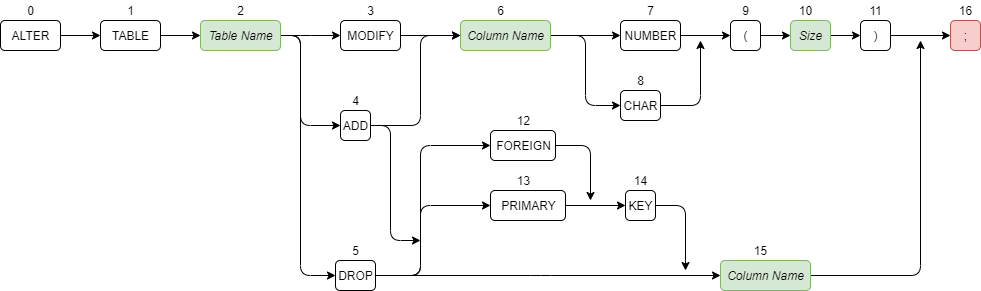
The draw.io diagram src/files/assets/helpscreen/AlterTableDiagram.png in DeliciousWaffle/MastersProject, before a commit. Source tidied: cells renumbered, new cells last; positions are measured from the earlier drawing's top-left corner, leaving out a move shared by most shapes.
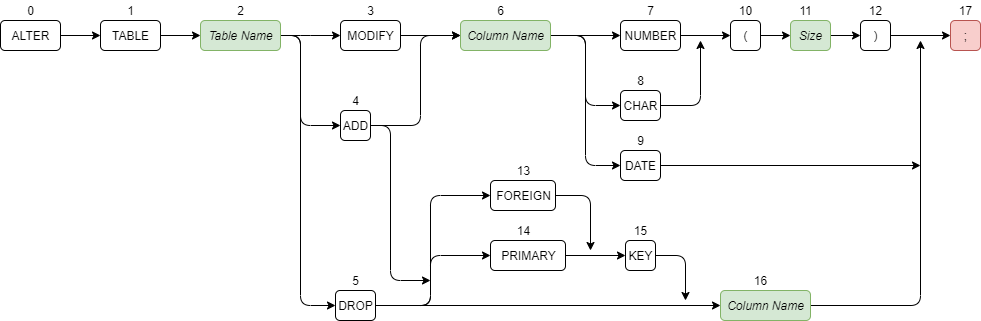
The same diagram one commit later.

The edit, as a diff of the source:
```diff
@@ -14,7 +14,7 @@
     <mxCell id="5" value=";" style="html=1;fillColor=#f8cecc;strokeColor=#b85450;rounded=1;" parent="1" vertex="1">
       <mxGeometry x="950" y="20" width="30" height="30" as="geometry" />
     </mxCell>
-    <mxCell id="6" value="16" style="text;html=1;align=center;verticalAlign=middle;rounded=1;" parent="1" vertex="1">
+    <mxCell id="6" value="17" style="text;html=1;align=center;verticalAlign=middle;rounded=1;" parent="1" vertex="1">
       <mxGeometry x="950" width="30" height="20" as="geometry" />
     </mxCell>
     <mxCell id="7" style="edgeStyle=orthogonalEdgeStyle;jettySize=auto;html=1;exitX=1;exitY=0.5;exitDx=0;exitDy=0;entryX=0;entryY=0.5;entryDx=0;entryDy=0;" parent="1" edge="1" source="9" target="41">
@@ -28,6 +28,9 @@
     <mxCell id="8" style="edgeStyle=orthogonalEdgeStyle;jettySize=auto;html=1;exitX=1;exitY=0.5;exitDx=0;exitDy=0;entryX=0;entryY=0.5;entryDx=0;entryDy=0;" parent="1" edge="1" source="9" target="38">
       <mxGeometry relative="1" as="geometry" />
     </mxCell>
+    <mxCell id="58" style="edgeStyle=orthogonalEdgeStyle;rounded=1;jettySize=auto;html=1;exitX=1;exitY=0.5;exitDx=0;exitDy=0;entryX=0;entryY=0.5;entryDx=0;entryDy=0;" parent="1" edge="1" source="9" target="60">
+      <mxGeometry relative="1" as="geometry" />
+    </mxCell>
     <mxCell id="9" value="&lt;i&gt;Column Name&lt;/i&gt;" style="html=1;fillColor=#d5e8d4;strokeColor=#82b366;rounded=1;" parent="1" vertex="1">
       <mxGeometry x="460" y="20" width="90" height="30" as="geometry" />
     </mxCell>
@@ -60,7 +63,7 @@
       <mxGeometry relative="1" as="geometry">
         <Array as="points">
           <mxPoint x="300" y="35" />
-          <mxPoint x="300" y="275" />
+          <mxPoint x="300" y="305" />
         </Array>
       </mxGeometry>
     </mxCell>
@@ -80,10 +83,10 @@
     </mxCell>
     <mxCell id="19" style="edgeStyle=orthogonalEdgeStyle;rounded=1;jettySize=auto;html=1;exitX=1;exitY=0.5;exitDx=0;exitDy=0;" parent="1" edge="1" source="20">
       <mxGeometry relative="1" as="geometry">
-        <mxPoint x="420" y="240" as="targetPoint" />
+        <mxPoint x="430" y="280" as="targetPoint" />
         <Array as="points">
           <mxPoint x="390" y="125" />
-          <mxPoint x="390" y="240" />
+          <mxPoint x="390" y="280" />
         </Array>
       </mxGeometry>
     </mxCell>
@@ -100,60 +103,55 @@
       <mxGeometry x="340" y="20" width="60" height="30" as="geometry" />
     </mxCell>
     <mxCell id="24" value="5" style="text;html=1;align=center;verticalAlign=middle;rounded=1;" parent="1" vertex="1">
-      <mxGeometry x="345" y="240" width="20" height="20" as="geometry" />
+      <mxGeometry x="345" y="270" width="20" height="20" as="geometry" />
     </mxCell>
     <mxCell id="25" style="edgeStyle=orthogonalEdgeStyle;jettySize=auto;html=1;exitX=1;exitY=0.5;exitDx=0;exitDy=0;entryX=0;entryY=0.5;entryDx=0;entryDy=0;" parent="1" edge="1" source="28" target="33">
       <mxGeometry relative="1" as="geometry">
         <Array as="points">
-          <mxPoint x="420" y="275" />
-          <mxPoint x="420" y="205" />
+          <mxPoint x="430" y="305" />
+          <mxPoint x="430" y="255" />
         </Array>
       </mxGeometry>
     </mxCell>
+    <mxCell id="27" style="edgeStyle=orthogonalEdgeStyle;jettySize=auto;html=1;exitX=1;exitY=0.5;exitDx=0;exitDy=0;entryX=0;entryY=0.5;entryDx=0;entryDy=0;" parent="1" edge="1" source="28" target="31">
+      <mxGeometry relative="1" as="geometry">
+        <Array as="points">
+          <mxPoint x="430" y="305" />
+          <mxPoint x="430" y="195" />
+        </Array>
+      </mxGeometry>
+    </mxCell>
-    <mxCell id="26" style="edgeStyle=orthogonalEdgeStyle;jettySize=auto;html=1;exitX=1;exitY=0.5;exitDx=0;exitDy=0;entryX=0;entryY=0.5;entryDx=0;entryDy=0;" parent="1" edge="1" source="28" target="53">
-      <mxGeometry relative="1" as="geometry">
-        <Array as="points">
-          <mxPoint x="540" y="275" />
-          <mxPoint x="540" y="275" />
-        </Array>
-      </mxGeometry>
+    <mxCell id="26" style="edgeStyle=orthogonalEdgeStyle;rounded=0;jettySize=auto;html=1;exitX=1;exitY=0.5;exitDx=0;exitDy=0;entryX=0;entryY=0.5;entryDx=0;entryDy=0;" parent="1" edge="1" source="28" target="53">
+      <mxGeometry relative="1" as="geometry" />
     </mxCell>
-    <mxCell id="27" style="edgeStyle=orthogonalEdgeStyle;jettySize=auto;html=1;exitX=1;exitY=0.5;exitDx=0;exitDy=0;entryX=0;entryY=0.5;entryDx=0;entryDy=0;" parent="1" edge="1" source="28" target="31">
-      <mxGeometry relative="1" as="geometry">
-        <Array as="points">
-          <mxPoint x="420" y="275" />
-          <mxPoint x="420" y="145" />
-        </Array>
-      </mxGeometry>
-    </mxCell>
     <mxCell id="28" value="DROP" style="html=1;rounded=1;" parent="1" vertex="1">
-      <mxGeometry x="335" y="260" width="40" height="30" as="geometry" />
+      <mxGeometry x="335" y="290" width="40" height="30" as="geometry" />
     </mxCell>
     <mxCell id="29" value="3" style="text;html=1;align=center;verticalAlign=middle;rounded=1;" parent="1" vertex="1">
       <mxGeometry x="360" width="20" height="20" as="geometry" />
     </mxCell>
     <mxCell id="30" style="edgeStyle=orthogonalEdgeStyle;jettySize=auto;html=1;exitX=1;exitY=0.5;exitDx=0;exitDy=0;" parent="1" edge="1" source="31">
       <mxGeometry relative="1" as="geometry">
-        <mxPoint x="590" y="200" as="targetPoint" />
+        <mxPoint x="590" y="250" as="targetPoint" />
       </mxGeometry>
     </mxCell>
     <mxCell id="31" value="FOREIGN" style="html=1;rounded=1;" parent="1" vertex="1">
-      <mxGeometry x="490" y="130" width="65" height="30" as="geometry" />
+      <mxGeometry x="490" y="180" width="65" height="30" as="geometry" />
     </mxCell>
     <mxCell id="32" style="edgeStyle=orthogonalEdgeStyle;jettySize=auto;html=1;exitX=1;exitY=0.5;exitDx=0;exitDy=0;entryX=0;entryY=0.5;entryDx=0;entryDy=0;" parent="1" edge="1" source="33" target="35">
       <mxGeometry relative="1" as="geometry" />
     </mxCell>
     <mxCell id="33" value="PRIMARY" style="html=1;rounded=1;" parent="1" vertex="1">
-      <mxGeometry x="490" y="190" width="75" height="30" as="geometry" />
+      <mxGeometry x="490" y="240" width="75" height="30" as="geometry" />
     </mxCell>
-    <mxCell id="34" value="13" style="text;html=1;align=center;verticalAlign=middle;rounded=1;" parent="1" vertex="1">
-      <mxGeometry x="507.5" y="170" width="30" height="20" as="geometry" />
+    <mxCell id="34" value="14" style="text;html=1;align=center;verticalAlign=middle;rounded=1;" parent="1" vertex="1">
+      <mxGeometry x="507.5" y="220" width="30" height="20" as="geometry" />
     </mxCell>
     <mxCell id="35" value="KEY" style="html=1;rounded=1;" parent="1" vertex="1">
-      <mxGeometry x="625" y="190" width="30" height="30" as="geometry" />
+      <mxGeometry x="625" y="240" width="30" height="30" as="geometry" />
     </mxCell>
-    <mxCell id="36" value="14" style="text;html=1;align=center;verticalAlign=middle;rounded=1;" parent="1" vertex="1">
-      <mxGeometry x="625" y="170" width="30" height="20" as="geometry" />
+    <mxCell id="36" value="15" style="text;html=1;align=center;verticalAlign=middle;rounded=1;" parent="1" vertex="1">
+      <mxGeometry x="625" y="220" width="30" height="20" as="geometry" />
     </mxCell>
     <mxCell id="37" style="edgeStyle=orthogonalEdgeStyle;jettySize=auto;html=1;exitX=1;exitY=0.5;exitDx=0;exitDy=0;entryX=0;entryY=0.5;entryDx=0;entryDy=0;" parent="1" edge="1" source="38" target="44">
       <mxGeometry relative="1" as="geometry" />
@@ -181,8 +179,8 @@
     <mxCell id="44" value="(" style="html=1;rounded=1;" parent="1" vertex="1">
       <mxGeometry x="730" y="20" width="30" height="30" as="geometry" />
     </mxCell>
-    <mxCell id="45" value="9" style="text;html=1;align=center;verticalAlign=middle;rounded=1;" parent="1" vertex="1">
-      <mxGeometry x="735" width="20" height="20" as="geometry" />
+    <mxCell id="45" value="10" style="text;html=1;align=center;verticalAlign=middle;rounded=1;" parent="1" vertex="1">
+      <mxGeometry x="730" width="30" height="20" as="geometry" />
     </mxCell>
     <mxCell id="46" style="edgeStyle=orthogonalEdgeStyle;jettySize=auto;html=1;exitX=1;exitY=0.5;exitDx=0;exitDy=0;entryX=0;entryY=0.5;entryDx=0;entryDy=0;" parent="1" edge="1" source="47" target="5">
       <mxGeometry relative="1" as="geometry" />
@@ -190,7 +188,7 @@
     <mxCell id="47" value=")" style="html=1;rounded=1;" parent="1" vertex="1">
       <mxGeometry x="860" y="20" width="30" height="30" as="geometry" />
     </mxCell>
-    <mxCell id="48" value="11" style="text;html=1;align=center;verticalAlign=middle;rounded=1;" parent="1" vertex="1">
+    <mxCell id="48" value="12" style="text;html=1;align=center;verticalAlign=middle;rounded=1;" parent="1" vertex="1">
       <mxGeometry x="860" width="30" height="20" as="geometry" />
     </mxCell>
     <mxCell id="49" style="edgeStyle=orthogonalEdgeStyle;jettySize=auto;html=1;exitX=1;exitY=0.5;exitDx=0;exitDy=0;entryX=0;entryY=0.5;entryDx=0;entryDy=0;" parent="1" edge="1" source="50" target="47">
@@ -199,33 +197,44 @@
     <mxCell id="50" value="&lt;i&gt;Size&lt;/i&gt;" style="html=1;fillColor=#d5e8d4;strokeColor=#82b366;rounded=1;" parent="1" vertex="1">
       <mxGeometry x="790" y="20" width="40" height="30" as="geometry" />
     </mxCell>
-    <mxCell id="51" value="10" style="text;html=1;align=center;verticalAlign=middle;rounded=1;" parent="1" vertex="1">
+    <mxCell id="51" value="11" style="text;html=1;align=center;verticalAlign=middle;rounded=1;" parent="1" vertex="1">
       <mxGeometry x="790" width="30" height="20" as="geometry" />
     </mxCell>
     <mxCell id="52" style="edgeStyle=orthogonalEdgeStyle;jettySize=auto;html=1;exitX=1;exitY=0.5;exitDx=0;exitDy=0;" parent="1" edge="1" source="53">
       <mxGeometry relative="1" as="geometry">
         <mxPoint x="920" y="40" as="targetPoint" />
         <Array as="points">
-          <mxPoint x="920" y="275" />
+          <mxPoint x="920" y="305" />
         </Array>
       </mxGeometry>
     </mxCell>
     <mxCell id="53" value="&lt;i&gt;Column Name&lt;/i&gt;" style="html=1;fillColor=#d5e8d4;strokeColor=#82b366;rounded=1;" parent="1" vertex="1">
-      <mxGeometry x="720" y="260" width="90" height="30" as="geometry" />
+      <mxGeometry x="720" y="290" width="90" height="30" as="geometry" />
     </mxCell>
-    <mxCell id="54" value="12" style="text;html=1;align=center;verticalAlign=middle;rounded=1;" parent="1" vertex="1">
-      <mxGeometry x="507.5" y="110" width="30" height="20" as="geometry" />
+    <mxCell id="54" value="13" style="text;html=1;align=center;verticalAlign=middle;rounded=1;" parent="1" vertex="1">
+      <mxGeometry x="507.5" y="160" width="30" height="20" as="geometry" />
     </mxCell>
     <mxCell id="55" style="edgeStyle=orthogonalEdgeStyle;jettySize=auto;html=1;exitX=1;exitY=0.5;exitDx=0;exitDy=0;" parent="1" edge="1" source="35">
       <mxGeometry relative="1" as="geometry">
-        <mxPoint x="685" y="270" as="targetPoint" />
+        <mxPoint x="685" y="300" as="targetPoint" />
       </mxGeometry>
     </mxCell>
     <mxCell id="56" value="1" style="text;html=1;align=center;verticalAlign=middle;rounded=1;" parent="1" vertex="1">
       <mxGeometry x="120" width="20" height="20" as="geometry" />
     </mxCell>
-    <mxCell id="57" value="15" style="text;html=1;align=center;verticalAlign=middle;rounded=1;" parent="1" vertex="1">
-      <mxGeometry x="745" y="240" width="30" height="20" as="geometry" />
+    <mxCell id="57" value="16" style="text;html=1;align=center;verticalAlign=middle;rounded=1;" parent="1" vertex="1">
+      <mxGeometry x="745" y="270" width="30" height="20" as="geometry" />
     </mxCell>
+    <mxCell id="59" style="edgeStyle=orthogonalEdgeStyle;rounded=1;jettySize=auto;html=1;exitX=1;exitY=0.5;exitDx=0;exitDy=0;" parent="1" edge="1" source="60">
+      <mxGeometry relative="1" as="geometry">
+        <mxPoint x="920" y="165" as="targetPoint" />
+      </mxGeometry>
+    </mxCell>
+    <mxCell id="60" value="DATE" style="html=1;rounded=1;" parent="1" vertex="1">
+      <mxGeometry x="620" y="150" width="40" height="30" as="geometry" />
+    </mxCell>
+    <mxCell id="61" value="9" style="text;html=1;align=center;verticalAlign=middle;rounded=1;" parent="1" vertex="1">
+      <mxGeometry x="630" y="130" width="20" height="20" as="geometry" />
+    </mxCell>
   </root>
 </mxGraphModel>
```
